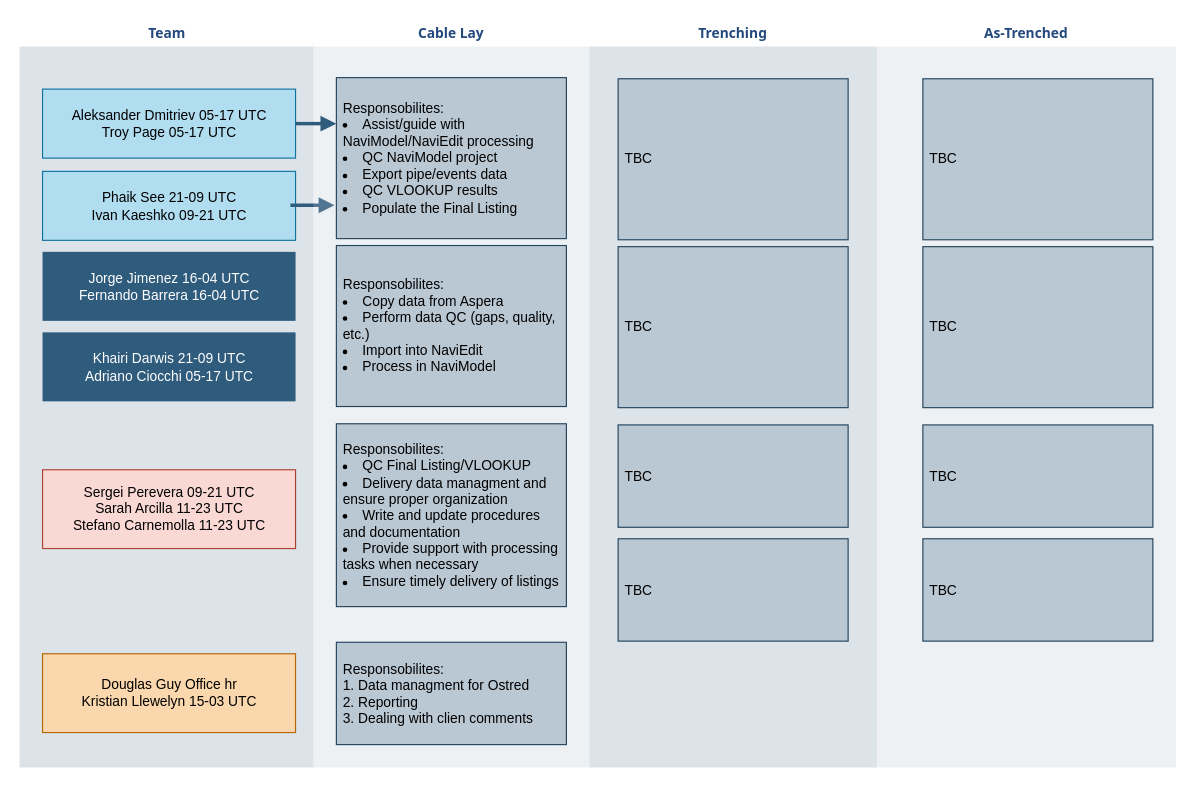
This is Диаграмма без названия.drawio from Balumys/xkcd_comics, a draw.io file, before an edit. Source tidied: cells renumbered, new cells numbered last; positions are measured from the earlier drawing's top-left corner, leaving out a move shared by most shapes. Both pictures are drawn from the tidied source at 115%, with x=0, y=0 at pixel (18, 20).
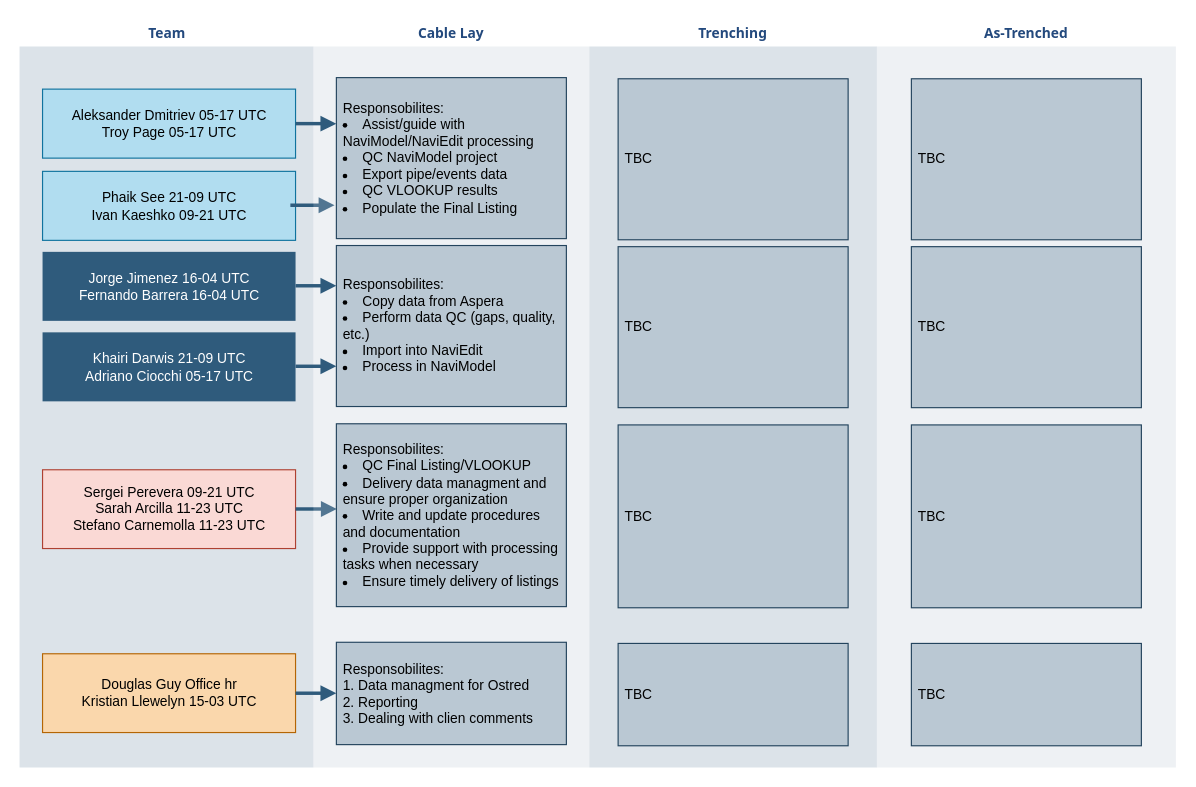
After the change.

The change refers to these unchanged cells:
```xml
<mxCell id="2" value="&lt;font color=&quot;#23497d&quot;&gt;Team&lt;/font&gt;" style="swimlane;whiteSpace=wrap;fillColor=none;swimlaneFillColor=#BAC8D3;fontColor=#2F5B7C;fontFamily=Tahoma;html=1;strokeColor=none;opacity=50;" parent="1" vertex="1">
  <mxGeometry x="0.5" width="255.5" height="650" as="geometry" />
</mxCell>
<mxCell id="9" value="&lt;font color=&quot;#23497d&quot;&gt;Cable Lay&lt;/font&gt;" style="swimlane;whiteSpace=wrap;fillColor=none;swimlaneFillColor=#BAC8D3;fontColor=#2F5B7C;fontFamily=Tahoma;html=1;strokeColor=none;opacity=25;" parent="1" vertex="1">
  <mxGeometry x="256" width="240" height="650" as="geometry" />
</mxCell>
<mxCell id="12" value="&lt;font style=&quot;font-size: 12px;&quot;&gt;Responsobilites:&amp;nbsp;&lt;/font&gt;&lt;li&gt;QC Final Listing/VLOOKUP&lt;/li&gt;&lt;li&gt;Delivery data managment and ensure proper organization&lt;/li&gt;&lt;li&gt;Write and update procedures and documentation&lt;/li&gt;&lt;li&gt;Provide support with processing tasks when necessary&lt;/li&gt;&lt;li&gt;Ensure timely delivery of listings&lt;/li&gt;" style="whiteSpace=wrap;shadow=0;fontFamily=Helvetica;fontStyle=0;html=1;fontSize=12;strokeColor=#23445d;fillColor=#bac8d3;spacing=6;verticalAlign=middle;align=left;" parent="9" vertex="1">
  <mxGeometry x="20" y="351" width="200" height="159" as="geometry" />
</mxCell>
<mxCell id="14" value="&lt;font style=&quot;font-size: 12px;&quot;&gt;Responsobilites:&amp;nbsp;&lt;/font&gt;&lt;div style=&quot;line-height: 120%; padding-top: 0px;&quot;&gt;&lt;font style=&quot;font-size: 12px;&quot;&gt;1. Data managment for Ostred&lt;/font&gt;&lt;/div&gt;&lt;div style=&quot;line-height: 120%; padding-top: 0px;&quot;&gt;&lt;font style=&quot;font-size: 12px;&quot;&gt;2. Reporting&lt;/font&gt;&lt;/div&gt;&lt;div style=&quot;line-height: 120%; padding-top: 0px;&quot;&gt;&lt;font style=&quot;font-size: 12px;&quot;&gt;3. Dealing with clien comments&lt;/font&gt;&lt;/div&gt;" style="whiteSpace=wrap;shadow=0;fontFamily=Helvetica;fontStyle=0;html=1;fontSize=12;strokeColor=#23445d;fillColor=#bac8d3;spacing=6;verticalAlign=middle;align=left;" parent="9" vertex="1">
  <mxGeometry x="20" y="541" width="200" height="89" as="geometry" />
</mxCell>
<mxCell id="15" value="&lt;font color=&quot;#23497d&quot;&gt;Trenching&lt;/font&gt;" style="swimlane;whiteSpace=wrap;fillColor=none;swimlaneFillColor=#BAC8D3;fontColor=#2F5B7C;fontFamily=Tahoma;html=1;strokeColor=none;opacity=50;" parent="1" vertex="1">
  <mxGeometry x="496" width="250" height="650" as="geometry" />
</mxCell>
<mxCell id="20" value="&lt;font color=&quot;#23497d&quot;&gt;As-Trenched&lt;/font&gt;" style="swimlane;whiteSpace=wrap;fillColor=none;swimlaneFillColor=#BAC8D3;fontColor=#2F5B7C;fontFamily=Tahoma;html=1;strokeColor=none;opacity=25;startSize=23;" parent="1" vertex="1">
  <mxGeometry x="746" width="260" height="650" as="geometry" />
</mxCell>
```

The edit, as a diff of the source:
```diff
@@
+    <mxCell id="26" style="edgeStyle=segmentEdgeStyle;strokeColor=#2F5B7C;strokeWidth=3;html=1;endArrow=block;endFill=1;entryX=0.002;entryY=0.472;entryDx=0;entryDy=0;entryPerimeter=0;" parent="2" edge="1" target="12">
+      <mxGeometry x="115.5" y="1" as="geometry">
+        <mxPoint x="240" y="425.1" as="sourcePoint" />
+      </mxGeometry>
+    </mxCell>
@@
+    <mxCell id="27" style="edgeStyle=segmentEdgeStyle;strokeColor=#2F5B7C;strokeWidth=3;html=1;endArrow=block;endFill=1;" parent="9" edge="1">
+      <mxGeometry x="-140" y="1" as="geometry">
+        <mxPoint x="-15.5" y="231" as="sourcePoint" />
+        <mxPoint x="20" y="231" as="targetPoint" />
+      </mxGeometry>
+    </mxCell>
+    <mxCell id="28" style="edgeStyle=segmentEdgeStyle;strokeColor=#2F5B7C;strokeWidth=3;html=1;endArrow=block;endFill=1;" parent="9" edge="1">
+      <mxGeometry x="-140" y="1" as="geometry">
+        <mxPoint x="-15.5" y="301" as="sourcePoint" />
+        <mxPoint x="20" y="301" as="targetPoint" />
+      </mxGeometry>
+    </mxCell>
+    <mxCell id="29" style="edgeStyle=segmentEdgeStyle;strokeColor=#2F5B7C;strokeWidth=3;html=1;endArrow=block;endFill=1;entryX=0;entryY=0.5;entryDx=0;entryDy=0;" parent="9" edge="1" target="14">
+      <mxGeometry x="-140" y="1" as="geometry">
+        <mxPoint x="-15.5" y="585.3" as="sourcePoint" />
+      </mxGeometry>
+    </mxCell>
@@
-    <mxCell id="18" value="TBC" style="whiteSpace=wrap;shadow=0;fontFamily=Helvetica;fontStyle=0;html=1;fontSize=12;strokeColor=#23445d;fillColor=#bac8d3;spacing=6;verticalAlign=middle;align=left;" parent="15" vertex="1">
-      <mxGeometry x="25" y="352" width="200" height="89" as="geometry" />
-    </mxCell>
-    <mxCell id="19" value="TBC" style="whiteSpace=wrap;shadow=0;fontFamily=Helvetica;fontStyle=0;html=1;fontSize=12;strokeColor=#23445d;fillColor=#bac8d3;spacing=6;verticalAlign=middle;align=left;" parent="15" vertex="1">
-      <mxGeometry x="25" y="451" width="200" height="89" as="geometry" />
-    </mxCell>
+    <mxCell id="30" value="TBC" style="whiteSpace=wrap;shadow=0;fontFamily=Helvetica;fontStyle=0;html=1;fontSize=12;strokeColor=#23445d;fillColor=#bac8d3;spacing=6;verticalAlign=middle;align=left;" parent="15" vertex="1">
+      <mxGeometry x="25" y="352" width="200" height="159" as="geometry" />
+    </mxCell>
+    <mxCell id="31" value="TBC" style="whiteSpace=wrap;shadow=0;fontFamily=Helvetica;fontStyle=0;html=1;fontSize=12;strokeColor=#23445d;fillColor=#bac8d3;spacing=6;verticalAlign=middle;align=left;" parent="15" vertex="1">
+      <mxGeometry x="25" y="542" width="200" height="89" as="geometry" />
+    </mxCell>
@@
-    <mxCell id="21" value="TBC" style="whiteSpace=wrap;shadow=0;fontFamily=Helvetica;fontStyle=0;html=1;fontSize=12;strokeColor=#23445d;fillColor=#bac8d3;spacing=6;verticalAlign=middle;align=left;" parent="20" vertex="1">
-      <mxGeometry x="40" y="51" width="200" height="140" as="geometry" />
-    </mxCell>
-    <mxCell id="22" value="TBC" style="whiteSpace=wrap;shadow=0;fontFamily=Helvetica;fontStyle=0;html=1;fontSize=12;strokeColor=#23445d;fillColor=#bac8d3;spacing=6;verticalAlign=middle;align=left;" parent="20" vertex="1">
-      <mxGeometry x="40" y="197" width="200" height="140" as="geometry" />
-    </mxCell>
-    <mxCell id="23" value="TBC" style="whiteSpace=wrap;shadow=0;fontFamily=Helvetica;fontStyle=0;html=1;fontSize=12;strokeColor=#23445d;fillColor=#bac8d3;spacing=6;verticalAlign=middle;align=left;" parent="20" vertex="1">
-      <mxGeometry x="40" y="352" width="200" height="89" as="geometry" />
-    </mxCell>
-    <mxCell id="24" value="TBC" style="whiteSpace=wrap;shadow=0;fontFamily=Helvetica;fontStyle=0;html=1;fontSize=12;strokeColor=#23445d;fillColor=#bac8d3;spacing=6;verticalAlign=middle;align=left;" parent="20" vertex="1">
-      <mxGeometry x="40" y="451" width="200" height="89" as="geometry" />
-    </mxCell>
+    <mxCell id="32" value="TBC" style="whiteSpace=wrap;shadow=0;fontFamily=Helvetica;fontStyle=0;html=1;fontSize=12;strokeColor=#23445d;fillColor=#bac8d3;spacing=6;verticalAlign=middle;align=left;" parent="20" vertex="1">
+      <mxGeometry x="30" y="51" width="200" height="140" as="geometry" />
+    </mxCell>
+    <mxCell id="33" value="TBC" style="whiteSpace=wrap;shadow=0;fontFamily=Helvetica;fontStyle=0;html=1;fontSize=12;strokeColor=#23445d;fillColor=#bac8d3;spacing=6;verticalAlign=middle;align=left;" parent="20" vertex="1">
+      <mxGeometry x="30" y="197" width="200" height="140" as="geometry" />
+    </mxCell>
+    <mxCell id="34" value="TBC" style="whiteSpace=wrap;shadow=0;fontFamily=Helvetica;fontStyle=0;html=1;fontSize=12;strokeColor=#23445d;fillColor=#bac8d3;spacing=6;verticalAlign=middle;align=left;" parent="20" vertex="1">
+      <mxGeometry x="30" y="352" width="200" height="159" as="geometry" />
+    </mxCell>
+    <mxCell id="35" value="TBC" style="whiteSpace=wrap;shadow=0;fontFamily=Helvetica;fontStyle=0;html=1;fontSize=12;strokeColor=#23445d;fillColor=#bac8d3;spacing=6;verticalAlign=middle;align=left;" parent="20" vertex="1">
+      <mxGeometry x="30" y="542" width="200" height="89" as="geometry" />
+    </mxCell>
```
